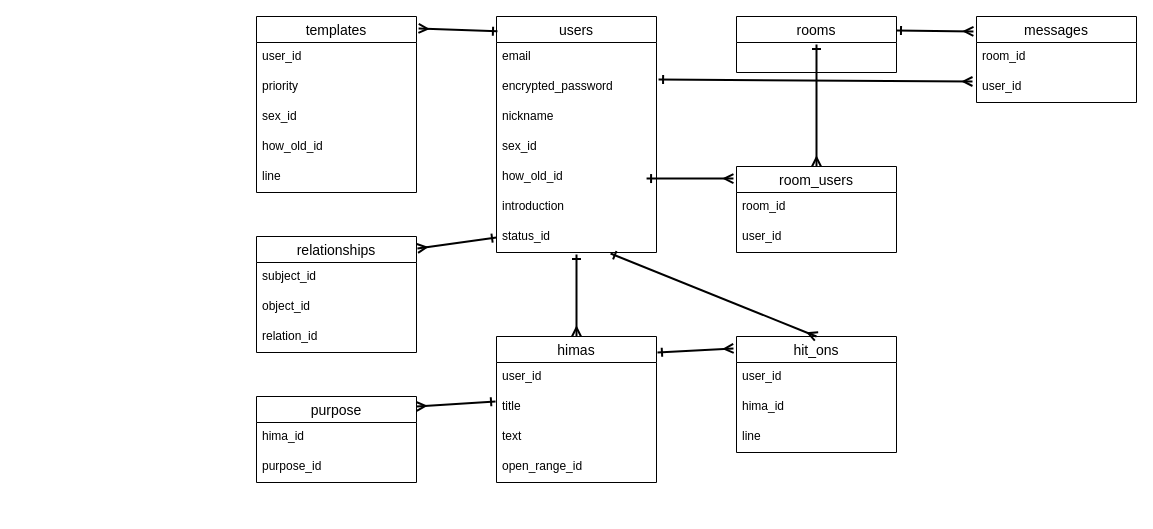
This is er.dio from 38752/pick_me_app, a draw.io file, before an edit. Source tidied: cells renumbered, new cells numbered last; positions are measured from the earlier drawing's top-left corner, leaving out a move shared by most shapes. Both pictures are drawn from the tidied source at 100%, with x=0, y=0 at pixel (256, 16).
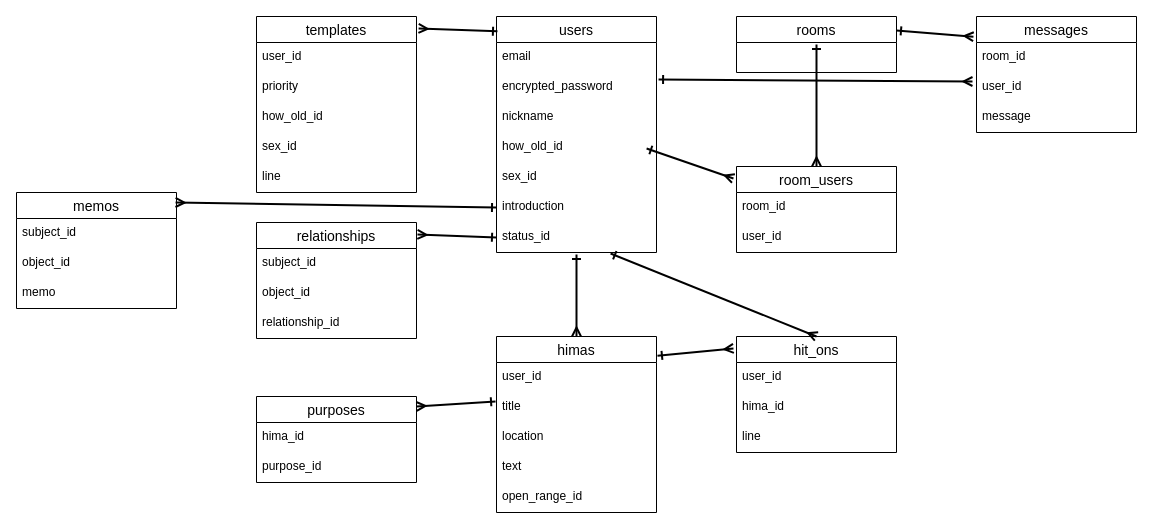
The same page after the edit.

Commit message (it also covers changes not shown here):
テーブル設計の記述

The change refers to these unchanged cells:
```xml
<mxCell id="2" value="users" style="swimlane;fontStyle=0;horizontal=1;startSize=26;align=center;fontSize=14;" parent="1" vertex="1">
  <mxGeometry x="240" width="160" height="236" as="geometry" />
</mxCell>
<mxCell id="8" value="introduction" style="text;strokeColor=none;fillColor=none;spacingLeft=4;spacingRight=4;overflow=hidden;points=[[0,0.5],[1,0.5]];portConstraint=eastwest;fontSize=12;" parent="2" vertex="1">
  <mxGeometry y="176" width="160" height="30" as="geometry" />
</mxCell>
<mxCell id="10" value="templates" style="swimlane;fontStyle=0;horizontal=1;startSize=26;align=center;fontSize=14;" parent="1" vertex="1">
  <mxGeometry width="160" height="176" as="geometry" />
</mxCell>
```

Change to the diagram source:
```diff
@@
+    <mxCell id="7" value="how_old_id" style="text;strokeColor=none;fillColor=none;spacingLeft=4;spacingRight=4;overflow=hidden;points=[[0,0.5],[1,0.5]];portConstraint=eastwest;fontSize=12;" parent="2" vertex="1">
+      <mxGeometry y="116" width="160" height="30" as="geometry" />
+    </mxCell>
     <mxCell id="6" value="sex_id" style="text;strokeColor=none;fillColor=none;spacingLeft=4;spacingRight=4;overflow=hidden;fontSize=12;" parent="2" vertex="1">
-      <mxGeometry y="116" width="160" height="30" as="geometry" />
+      <mxGeometry y="146" width="160" height="30" as="geometry" />
     </mxCell>
-    <mxCell id="7" value="how_old_id" style="text;strokeColor=none;fillColor=none;spacingLeft=4;spacingRight=4;overflow=hidden;points=[[0,0.5],[1,0.5]];portConstraint=eastwest;fontSize=12;" parent="2" vertex="1">
-      <mxGeometry y="146" width="160" height="30" as="geometry" />
-    </mxCell>
@@
+    <mxCell id="14" value="how_old_id" style="text;strokeColor=none;fillColor=none;spacingLeft=4;spacingRight=4;overflow=hidden;fontSize=12;" parent="10" vertex="1">
+      <mxGeometry y="86" width="160" height="30" as="geometry" />
+    </mxCell>
     <mxCell id="13" value="sex_id" style="text;strokeColor=none;fillColor=none;spacingLeft=4;spacingRight=4;overflow=hidden;fontSize=12;" parent="10" vertex="1">
-      <mxGeometry y="86" width="160" height="30" as="geometry" />
+      <mxGeometry y="116" width="160" height="30" as="geometry" />
     </mxCell>
-    <mxCell id="14" value="how_old_id" style="text;strokeColor=none;fillColor=none;spacingLeft=4;spacingRight=4;overflow=hidden;fontSize=12;" parent="10" vertex="1">
-      <mxGeometry y="116" width="160" height="30" as="geometry" />
-    </mxCell>
@@
     <mxCell id="17" value="himas" style="swimlane;fontStyle=0;horizontal=1;startSize=26;align=center;fontSize=14;" parent="1" vertex="1">
-      <mxGeometry x="240" y="320" width="160" height="146" as="geometry" />
+      <mxGeometry x="240" y="320" width="160" height="176" as="geometry" />
     </mxCell>
@@
+    <mxCell id="49" value="location" style="text;strokeColor=none;fillColor=none;spacingLeft=4;spacingRight=4;overflow=hidden;fontSize=12;" parent="17" vertex="1">
+      <mxGeometry y="86" width="160" height="30" as="geometry" />
+    </mxCell>
     <mxCell id="20" value="text" style="text;strokeColor=none;fillColor=none;spacingLeft=4;spacingRight=4;overflow=hidden;fontSize=12;" parent="17" vertex="1">
-      <mxGeometry y="86" width="160" height="30" as="geometry" />
+      <mxGeometry y="116" width="160" height="30" as="geometry" />
     </mxCell>
     <mxCell id="21" value="open_range_id" style="text;strokeColor=none;fillColor=none;spacingLeft=4;spacingRight=4;overflow=hidden;fontSize=12;" parent="17" vertex="1">
-      <mxGeometry y="116" width="160" height="30" as="geometry" />
+      <mxGeometry y="146" width="160" height="30" as="geometry" />
     </mxCell>
-    <mxCell id="22" value="purpose" style="swimlane;fontStyle=0;horizontal=1;startSize=26;align=center;fontSize=14;" parent="1" vertex="1">
+    <mxCell id="22" value="purposes" style="swimlane;fontStyle=0;horizontal=1;startSize=26;align=center;fontSize=14;" parent="1" vertex="1">
       <mxGeometry y="380" width="160" height="86" as="geometry" />
     </mxCell>
@@
     <mxCell id="34" value="relationships" style="swimlane;fontStyle=0;horizontal=1;startSize=26;align=center;fontSize=14;" parent="1" vertex="1">
-      <mxGeometry y="220" width="160" height="116" as="geometry" />
+      <mxGeometry y="206" width="160" height="116" as="geometry" />
     </mxCell>
@@
-    <mxCell id="37" value="relation_id" style="text;strokeColor=none;fillColor=none;spacingLeft=4;spacingRight=4;overflow=hidden;fontSize=12;" parent="34" vertex="1">
+    <mxCell id="37" value="relationship_id" style="text;strokeColor=none;fillColor=none;spacingLeft=4;spacingRight=4;overflow=hidden;fontSize=12;" parent="34" vertex="1">
       <mxGeometry y="86" width="160" height="30" as="geometry" />
     </mxCell>
@@
     <mxCell id="44" value="messages" style="swimlane;fontStyle=0;horizontal=1;startSize=26;align=center;fontSize=14;" parent="1" vertex="1">
-      <mxGeometry x="720" width="160" height="86" as="geometry" />
+      <mxGeometry x="720" width="160" height="116" as="geometry" />
     </mxCell>
@@
+    <mxCell id="50" value="message" style="text;strokeColor=none;fillColor=none;spacingLeft=4;spacingRight=4;overflow=hidden;fontSize=12;" parent="44" vertex="1">
+      <mxGeometry y="86" width="160" height="30" as="geometry" />
+    </mxCell>
@@
+    <mxCell id="51" value="memos" style="swimlane;fontStyle=0;horizontal=1;startSize=26;align=center;fontSize=14;" parent="1" vertex="1">
+      <mxGeometry x="-240" y="176" width="160" height="116" as="geometry" />
+    </mxCell>
+    <mxCell id="52" value="subject_id" style="text;strokeColor=none;fillColor=none;spacingLeft=4;spacingRight=4;overflow=hidden;fontSize=12;" parent="51" vertex="1">
+      <mxGeometry y="26" width="160" height="30" as="geometry" />
+    </mxCell>
+    <mxCell id="53" value="object_id" style="text;strokeColor=none;fillColor=none;spacingLeft=4;spacingRight=4;overflow=hidden;fontSize=12;" parent="51" vertex="1">
+      <mxGeometry y="56" width="160" height="30" as="geometry" />
+    </mxCell>
+    <mxCell id="54" value="memo" style="text;strokeColor=none;fillColor=none;spacingLeft=4;spacingRight=4;overflow=hidden;fontSize=12;" parent="51" vertex="1">
+      <mxGeometry y="86" width="160" height="30" as="geometry" />
+    </mxCell>
+    <mxCell id="55" style="endArrow=ERone;html=1;rounded=0;strokeWidth=2;exitX=0.994;exitY=0.086;exitDx=0;exitDy=0;startArrow=ERmany;startFill=0;endFill=0;exitPerimeter=0;entryX=0;entryY=0.5;entryDx=0;entryDy=0;" parent="1" edge="1" source="51" target="8">
+      <mxGeometry relative="1" as="geometry" />
+    </mxCell>
```
